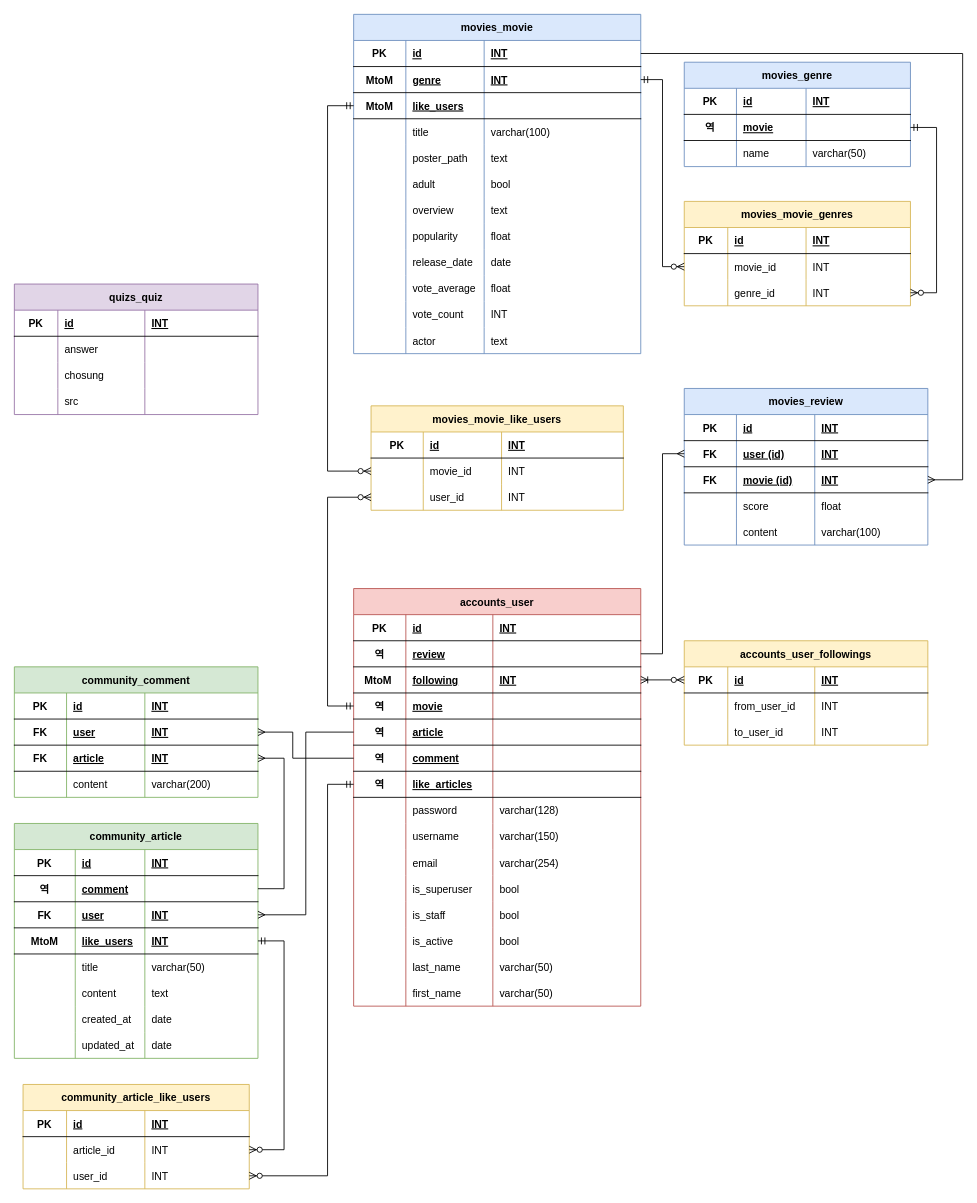
This is 제목 없는 다이어그램.drawio from myonjin/online, a draw.io file, before an edit. Source tidied: cells renumbered, new cells numbered last; positions are measured from the earlier drawing's top-left corner, leaving out a move shared by most shapes. Both pictures are drawn from the tidied source at 87%, with x=0, y=0 at pixel (14, 14).
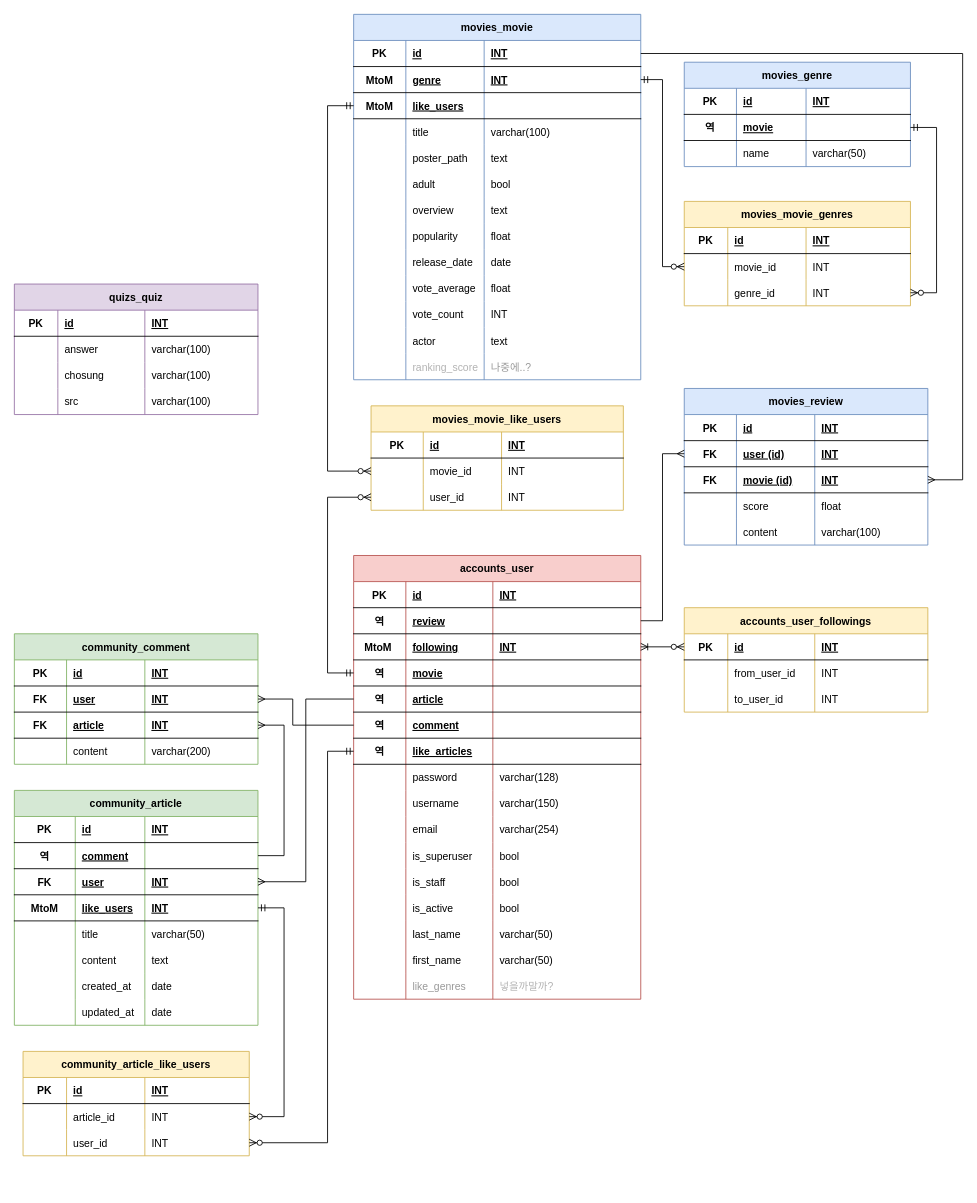
After the change.

Commit message (it also covers changes not shown here):
제목 없는 다이어그램.drawio 업데이트

The change refers to these unchanged cells:
```xml
<mxCell id="111" style="shape=tableRow;horizontal=0;startSize=0;swimlaneHead=0;swimlaneBody=0;fillColor=none;points=[[0,0.5],[1,0.5]];portConstraint=eastwest;top=0;left=0;right=0;bottom=1;" parent="98" vertex="1">
  <mxGeometry y="120" width="330" height="30" as="geometry" />
</mxCell>
<mxCell id="115" style="shape=tableRow;horizontal=0;startSize=0;swimlaneHead=0;swimlaneBody=0;fillColor=none;points=[[0,0.5],[1,0.5]];portConstraint=eastwest;top=0;left=0;right=0;bottom=1;" parent="98" vertex="1">
  <mxGeometry y="150" width="330" height="30" as="geometry" />
</mxCell>
<mxCell id="119" style="shape=tableRow;horizontal=0;startSize=0;swimlaneHead=0;swimlaneBody=0;fillColor=none;points=[[0,0.5],[1,0.5]];portConstraint=eastwest;top=0;left=0;right=0;bottom=1;" parent="98" vertex="1">
  <mxGeometry y="180" width="330" height="30" as="geometry" />
</mxCell>
<mxCell id="123" style="shape=tableRow;horizontal=0;startSize=0;swimlaneHead=0;swimlaneBody=0;fillColor=none;points=[[0,0.5],[1,0.5]];portConstraint=eastwest;top=0;left=0;right=0;bottom=1;" parent="98" vertex="1">
  <mxGeometry y="210" width="330" height="30" as="geometry" />
</mxCell>
<mxCell id="181" style="shape=tableRow;horizontal=0;startSize=0;swimlaneHead=0;swimlaneBody=0;fillColor=none;points=[[0,0.5],[1,0.5]];portConstraint=eastwest;top=0;left=0;right=0;bottom=0;" parent="172" vertex="1">
  <mxGeometry y="90" width="290" height="30" as="geometry" />
</mxCell>
<mxCell id="200" style="shape=tableRow;horizontal=0;startSize=0;swimlaneHead=0;swimlaneBody=0;fillColor=none;points=[[0,0.5],[1,0.5]];portConstraint=eastwest;top=0;left=0;right=0;bottom=1;" parent="191" vertex="1">
  <mxGeometry y="90" width="280" height="30" as="geometry" />
</mxCell>
<mxCell id="204" style="shape=tableRow;horizontal=0;startSize=0;swimlaneHead=0;swimlaneBody=0;fillColor=none;points=[[0,0.5],[1,0.5]];portConstraint=eastwest;top=0;left=0;right=0;bottom=1;" parent="191" vertex="1">
  <mxGeometry y="120" width="280" height="30" as="geometry" />
</mxCell>
<mxCell id="229" style="shape=tableRow;horizontal=0;startSize=0;swimlaneHead=0;swimlaneBody=0;fillColor=none;points=[[0,0.5],[1,0.5]];portConstraint=eastwest;top=0;left=0;right=0;bottom=1;" parent="224" vertex="1">
  <mxGeometry y="60" width="280" height="30" as="geometry" />
</mxCell>
<mxCell id="249" style="shape=tableRow;horizontal=0;startSize=0;swimlaneHead=0;swimlaneBody=0;fillColor=none;top=0;left=0;right=0;bottom=0;" parent="244" vertex="1">
  <mxGeometry y="60" width="280" height="30" as="geometry" />
</mxCell>
<mxCell id="253" style="shape=tableRow;horizontal=0;startSize=0;swimlaneHead=0;swimlaneBody=0;fillColor=none;top=0;left=0;right=0;bottom=0;" parent="244" vertex="1">
  <mxGeometry y="90" width="280" height="30" as="geometry" />
</mxCell>
<mxCell id="257" style="shape=tableRow;horizontal=0;startSize=0;swimlaneHead=0;swimlaneBody=0;fillColor=none;top=0;left=0;right=0;bottom=0;" parent="244" vertex="1">
  <mxGeometry y="120" width="280" height="30" as="geometry" />
</mxCell>
<mxCell id="267" style="shape=tableRow;horizontal=0;startSize=0;swimlaneHead=0;swimlaneBody=0;fillColor=none;points=[[0,0.5],[1,0.5]];portConstraint=eastwest;top=0;left=0;right=0;bottom=0;" parent="262" vertex="1">
  <mxGeometry y="60" width="260" height="30" as="geometry" />
</mxCell>
<mxCell id="271" style="shape=tableRow;horizontal=0;startSize=0;swimlaneHead=0;swimlaneBody=0;fillColor=none;points=[[0,0.5],[1,0.5]];portConstraint=eastwest;top=0;left=0;right=0;bottom=0;" parent="262" vertex="1">
  <mxGeometry y="90" width="260" height="30" as="geometry" />
</mxCell>
```

Change to the diagram source:
```diff
@@
-<mxGraphModel>
+<mxGraphModel background="#ffffff">
@@
     <mxCell id="2" value="movies_movie" style="shape=table;startSize=30;childLayout=tableLayout;rowLines=0;fontStyle=1;align=center;fillColor=#dae8fc;strokeColor=#6c8ebf;" parent="1" vertex="1">
-      <mxGeometry x="390" width="330" height="390" as="geometry" />
+      <mxGeometry x="390" width="330" height="420" as="geometry" />
     </mxCell>
@@
+    <mxCell id="277" style="shape=tableRow;horizontal=0;startSize=0;swimlaneHead=0;swimlaneBody=0;fillColor=none;top=0;left=0;right=0;bottom=0;" parent="2" vertex="1">
+      <mxGeometry y="390" width="330" height="30" as="geometry" />
+    </mxCell>
+    <mxCell id="278" style="shape=partialRectangle;fillColor=none;top=0;left=0;bottom=0;right=0;overflow=hidden;" parent="277" vertex="1">
+      <mxGeometry width="60" height="30" as="geometry" />
+    </mxCell>
+    <mxCell id="279" value="ranking_score" style="shape=partialRectangle;fillColor=none;top=0;left=0;bottom=0;right=0;align=left;spacingLeft=6;overflow=hidden;fontColor=#B3B3B3;" parent="277" vertex="1">
+      <mxGeometry x="60" width="90" height="30" as="geometry" />
+    </mxCell>
+    <mxCell id="280" value="나중에..?" style="shape=partialRectangle;fillColor=none;top=0;left=0;bottom=0;right=0;align=left;spacingLeft=6;overflow=hidden;fontColor=#999999;" parent="277" vertex="1">
+      <mxGeometry x="150" width="180" height="30" as="geometry" />
+    </mxCell>
@@
     <mxCell id="98" value="accounts_user" style="shape=table;startSize=30;childLayout=tableLayout;rowLines=0;fontStyle=1;align=center;fillColor=#f8cecc;strokeColor=#b85450;" parent="1" vertex="1">
-      <mxGeometry x="390" y="660" width="330" height="480" as="geometry" />
+      <mxGeometry x="390" y="622" width="330" height="510" as="geometry" />
     </mxCell>
@@
+    <mxCell id="281" style="shape=tableRow;horizontal=0;startSize=0;swimlaneHead=0;swimlaneBody=0;fillColor=none;top=0;left=0;right=0;bottom=0;" parent="98" vertex="1">
+      <mxGeometry y="480" width="330" height="30" as="geometry" />
+    </mxCell>
+    <mxCell id="282" style="shape=partialRectangle;fillColor=none;top=0;left=0;bottom=0;right=0;overflow=hidden;" parent="281" vertex="1">
+      <mxGeometry width="60" height="30" as="geometry" />
+    </mxCell>
+    <mxCell id="283" value="like_genres" style="shape=partialRectangle;fillColor=none;top=0;left=0;bottom=0;right=0;align=left;spacingLeft=6;overflow=hidden;fontColor=#999999;" parent="281" vertex="1">
+      <mxGeometry x="60" width="100" height="30" as="geometry" />
+    </mxCell>
+    <mxCell id="284" value="넣을까말까?" style="shape=partialRectangle;fillColor=none;top=0;left=0;bottom=0;right=0;align=left;spacingLeft=6;overflow=hidden;fontColor=#B3B3B3;" parent="281" vertex="1">
+      <mxGeometry x="160" width="170" height="30" as="geometry" />
+    </mxCell>
     <mxCell id="159" value="accounts_user_followings" style="shape=table;startSize=30;childLayout=tableLayout;rowLines=0;fontStyle=1;align=center;fillColor=#fff2cc;strokeColor=#d6b656;" parent="1" vertex="1">
-      <mxGeometry x="770" y="720" width="280" height="120" as="geometry" />
+      <mxGeometry x="770" y="682" width="280" height="120" as="geometry" />
     </mxCell>
@@
     <mxCell id="188" style="edgeStyle=orthogonalEdgeStyle;fontSize=12;html=1;endArrow=ERzeroToMany;startArrow=ERmandOne;rounded=0;entryX=0;entryY=0.5;entryDx=0;entryDy=0;exitX=0;exitY=0.5;exitDx=0;exitDy=0;" parent="1" edge="1" source="111" target="181">
       <mxGeometry relative="1" as="geometry">
         <Array as="points">
-          <mxPoint x="360" y="795" />
+          <mxPoint x="360" y="757" />
           <mxPoint x="360" y="555" />
         </Array>
       </mxGeometry>
     </mxCell>
@@
     <mxCell id="191" value="community_article" style="shape=table;startSize=30;childLayout=tableLayout;rowLines=0;fontStyle=1;align=center;fillColor=#d5e8d4;strokeColor=#82b366;" parent="1" vertex="1">
-      <mxGeometry y="930" width="280" height="270" as="geometry" />
+      <mxGeometry y="892" width="280" height="270" as="geometry" />
     </mxCell>
@@
     <mxCell id="224" value="community_comment" style="shape=table;startSize=30;childLayout=tableLayout;rowLines=0;fontStyle=1;align=center;fillColor=#d5e8d4;strokeColor=#82b366;" parent="1" vertex="1">
-      <mxGeometry y="750" width="280" height="150" as="geometry" />
+      <mxGeometry y="712" width="280" height="150" as="geometry" />
     </mxCell>
@@
     <mxCell id="241" style="edgeStyle=orthogonalEdgeStyle;fontSize=12;html=1;endArrow=ERmany;rounded=0;entryX=1;entryY=0.5;entryDx=0;entryDy=0;exitX=0;exitY=0.5;exitDx=0;exitDy=0;" parent="1" edge="1" source="119" target="229">
       <mxGeometry relative="1" as="geometry">
         <Array as="points">
-          <mxPoint x="320" y="855" />
-          <mxPoint x="320" y="825" />
+          <mxPoint x="320" y="817" />
+          <mxPoint x="320" y="787" />
         </Array>
       </mxGeometry>
     </mxCell>
@@
-    <mxCell id="252" style="shape=partialRectangle;fillColor=none;top=0;left=0;bottom=0;right=0;align=left;spacingLeft=6;overflow=hidden;" parent="249" vertex="1">
+    <mxCell id="252" value="varchar(100)" style="shape=partialRectangle;fillColor=none;top=0;left=0;bottom=0;right=0;align=left;spacingLeft=6;overflow=hidden;" parent="249" vertex="1">
       <mxGeometry x="150" width="130" height="30" as="geometry" />
     </mxCell>
@@
-    <mxCell id="256" style="shape=partialRectangle;fillColor=none;top=0;left=0;bottom=0;right=0;align=left;spacingLeft=6;overflow=hidden;" parent="253" vertex="1">
+    <mxCell id="256" value="varchar(100)" style="shape=partialRectangle;fillColor=none;top=0;left=0;bottom=0;right=0;align=left;spacingLeft=6;overflow=hidden;" parent="253" vertex="1">
       <mxGeometry x="150" width="130" height="30" as="geometry" />
     </mxCell>
@@
-    <mxCell id="260" style="shape=partialRectangle;fillColor=none;top=0;left=0;bottom=0;right=0;align=left;spacingLeft=6;overflow=hidden;" parent="257" vertex="1">
+    <mxCell id="260" value="varchar(100)" style="shape=partialRectangle;fillColor=none;top=0;left=0;bottom=0;right=0;align=left;spacingLeft=6;overflow=hidden;" parent="257" vertex="1">
       <mxGeometry x="150" width="130" height="30" as="geometry" />
     </mxCell>
     <mxCell id="261" style="edgeStyle=orthogonalEdgeStyle;fontSize=12;html=1;endArrow=ERmany;rounded=0;entryX=1;entryY=0.5;entryDx=0;entryDy=0;exitX=0;exitY=0.5;exitDx=0;exitDy=0;" parent="1" edge="1" source="115" target="200">
       <mxGeometry relative="1" as="geometry">
         <Array as="points">
-          <mxPoint x="335" y="825" />
-          <mxPoint x="335" y="1035" />
+          <mxPoint x="335" y="787" />
+          <mxPoint x="335" y="997" />
         </Array>
       </mxGeometry>
     </mxCell>
     <mxCell id="262" value="community_article_like_users" style="shape=table;startSize=30;childLayout=tableLayout;rowLines=0;fontStyle=1;align=center;fillColor=#fff2cc;strokeColor=#d6b656;" parent="1" vertex="1">
-      <mxGeometry x="10" y="1230" width="260" height="120" as="geometry" />
+      <mxGeometry x="10" y="1192" width="260" height="120" as="geometry" />
     </mxCell>
@@
     <mxCell id="275" style="edgeStyle=orthogonalEdgeStyle;fontSize=12;html=1;endArrow=ERzeroToMany;startArrow=ERmandOne;rounded=0;exitX=1;exitY=0.5;exitDx=0;exitDy=0;entryX=1;entryY=0.5;entryDx=0;entryDy=0;" parent="1" edge="1" source="204" target="267">
       <mxGeometry relative="1" as="geometry">
         <Array as="points">
-          <mxPoint x="310" y="1065" />
-          <mxPoint x="310" y="1305" />
+          <mxPoint x="310" y="1027" />
+          <mxPoint x="310" y="1267" />
         </Array>
       </mxGeometry>
     </mxCell>
     <mxCell id="276" style="edgeStyle=orthogonalEdgeStyle;fontSize=12;html=1;endArrow=ERzeroToMany;startArrow=ERmandOne;rounded=0;exitX=0;exitY=0.5;exitDx=0;exitDy=0;entryX=1;entryY=0.5;entryDx=0;entryDy=0;" parent="1" edge="1" source="123" target="271">
       <mxGeometry relative="1" as="geometry">
         <Array as="points">
-          <mxPoint x="360" y="885" />
-          <mxPoint x="360" y="1335" />
+          <mxPoint x="360" y="847" />
+          <mxPoint x="360" y="1297" />
         </Array>
       </mxGeometry>
     </mxCell>
```
